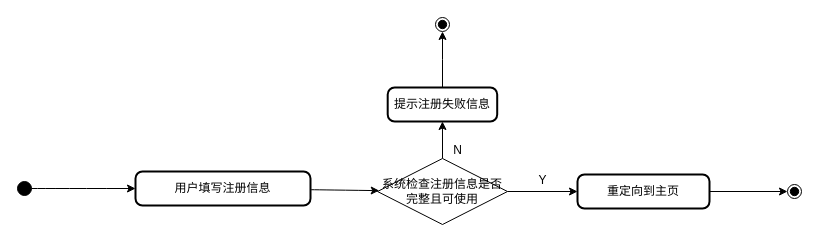
The draw.io diagram page "行为建模" (2 of 2) of 文档/需求分析规约文档/三种建模/02注册用例建模.drawio in w1ntercube/TJ-SE-Design, before the edit. Source tidied: cells renumbered, new cells numbered last; positions are measured from the earlier drawing's top-left corner, leaving out a move shared by most shapes. Both pictures are drawn from the tidied source at 100%, with x=0, y=0 at pixel (17, 17).
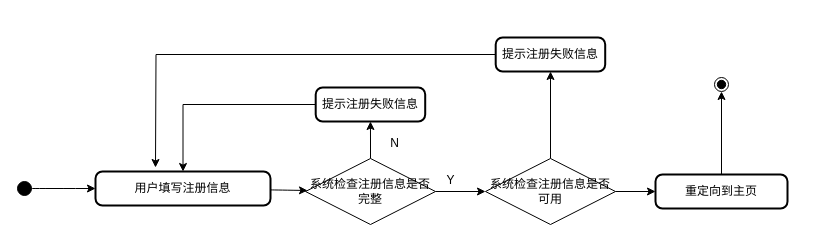
The same page after the edit.

The edit, as a diff of the source:
```diff
@@
     <mxCell id="3" value="用户填写注册信息" style="rounded=1;absoluteArcSize=1;arcSize=14;whiteSpace=wrap;strokeWidth=2;" parent="1" vertex="1">
-      <mxGeometry x="118" y="154" width="175" height="34" as="geometry" />
+      <mxGeometry x="78" y="154" width="175" height="34" as="geometry" />
     </mxCell>
     <mxCell id="4" value="提示注册失败信息" style="rounded=1;absoluteArcSize=1;arcSize=14;whiteSpace=wrap;strokeWidth=2;" parent="1" vertex="1">
-      <mxGeometry x="370.2" y="70" width="109.5" height="34" as="geometry" />
+      <mxGeometry x="298.2" y="70" width="109.5" height="34" as="geometry" />
     </mxCell>
     <mxCell id="5" style="ellipse;shape=endState;fillColor=strokeColor;" parent="1" vertex="1">
-      <mxGeometry x="770" y="167" width="14" height="14" as="geometry" />
+      <mxGeometry x="697" y="60" width="14" height="14" as="geometry" />
     </mxCell>
@@
-    <mxCell id="9" style="edgeStyle=orthogonalEdgeStyle;rounded=0;jettySize=auto;html=1;" parent="1" edge="1" source="10" target="12">
+    <mxCell id="9" style="edgeStyle=orthogonalEdgeStyle;rounded=0;jettySize=auto;html=1;entryX=0;entryY=0.5;entryDx=0;entryDy=0;" parent="1" edge="1" source="10" target="19">
       <mxGeometry relative="1" as="geometry" />
     </mxCell>
-    <mxCell id="10" value="系统检查注册信息是否完整且可使用" style="rhombus;whiteSpace=wrap;html=1;" parent="1" vertex="1">
-      <mxGeometry x="360" y="141" width="130" height="66" as="geometry" />
+    <mxCell id="10" value="系统检查注册信息是否完整" style="rhombus;whiteSpace=wrap;html=1;" parent="1" vertex="1">
+      <mxGeometry x="288" y="141" width="130" height="66" as="geometry" />
     </mxCell>
@@
     <mxCell id="12" value="重定向到主页" style="rounded=1;absoluteArcSize=1;arcSize=14;whiteSpace=wrap;strokeWidth=2;" parent="1" vertex="1">
-      <mxGeometry x="560" y="157" width="132" height="34" as="geometry" />
+      <mxGeometry x="638" y="157" width="132" height="34" as="geometry" />
     </mxCell>
-    <mxCell id="13" style="ellipse;shape=endState;fillColor=strokeColor;" parent="1" vertex="1">
-      <mxGeometry x="418" width="14" height="14" as="geometry" />
-    </mxCell>
-    <mxCell id="14" style="edgeStyle=orthogonalEdgeStyle;rounded=0;jettySize=auto;html=1;" parent="1" edge="1" source="4" target="13">
+    <mxCell id="14" style="edgeStyle=orthogonalEdgeStyle;rounded=0;jettySize=auto;html=1;entryX=0.5;entryY=0;entryDx=0;entryDy=0;" parent="1" edge="1" source="4" target="3">
       <mxGeometry relative="1" as="geometry" />
     </mxCell>
     <mxCell id="15" value="N" style="text;html=1;align=center;verticalAlign=middle;strokeColor=none;fillColor=none;" parent="1" vertex="1">
-      <mxGeometry x="425" y="118" width="30" height="30" as="geometry" />
+      <mxGeometry x="362" y="111" width="30" height="30" as="geometry" />
     </mxCell>
     <mxCell id="16" value="Y" style="text;html=1;align=center;verticalAlign=middle;strokeColor=none;fillColor=none;" parent="1" vertex="1">
-      <mxGeometry x="510" y="148" width="30" height="30" as="geometry" />
+      <mxGeometry x="418" y="148" width="30" height="30" as="geometry" />
     </mxCell>
+    <mxCell id="17" style="edgeStyle=orthogonalEdgeStyle;rounded=0;jettySize=auto;html=1;" parent="1" edge="1" source="19" target="12">
+      <mxGeometry relative="1" as="geometry" />
+    </mxCell>
+    <mxCell id="18" style="edgeStyle=orthogonalEdgeStyle;rounded=0;jettySize=auto;html=1;" parent="1" edge="1" source="19" target="21">
+      <mxGeometry relative="1" as="geometry" />
+    </mxCell>
+    <mxCell id="19" value="系统检查注册信息是否可用" style="rhombus;whiteSpace=wrap;html=1;" parent="1" vertex="1">
+      <mxGeometry x="468" y="141" width="130" height="66" as="geometry" />
+    </mxCell>
+    <mxCell id="20" style="edgeStyle=orthogonalEdgeStyle;rounded=0;jettySize=auto;html=1;" parent="1" edge="1" source="21">
+      <mxGeometry relative="1" as="geometry">
+        <mxPoint x="138" y="150" as="targetPoint" />
+      </mxGeometry>
+    </mxCell>
+    <mxCell id="21" value="提示注册失败信息" style="rounded=1;absoluteArcSize=1;arcSize=14;whiteSpace=wrap;strokeWidth=2;" parent="1" vertex="1">
+      <mxGeometry x="478.2" y="20" width="109.5" height="34" as="geometry" />
+    </mxCell>
```
